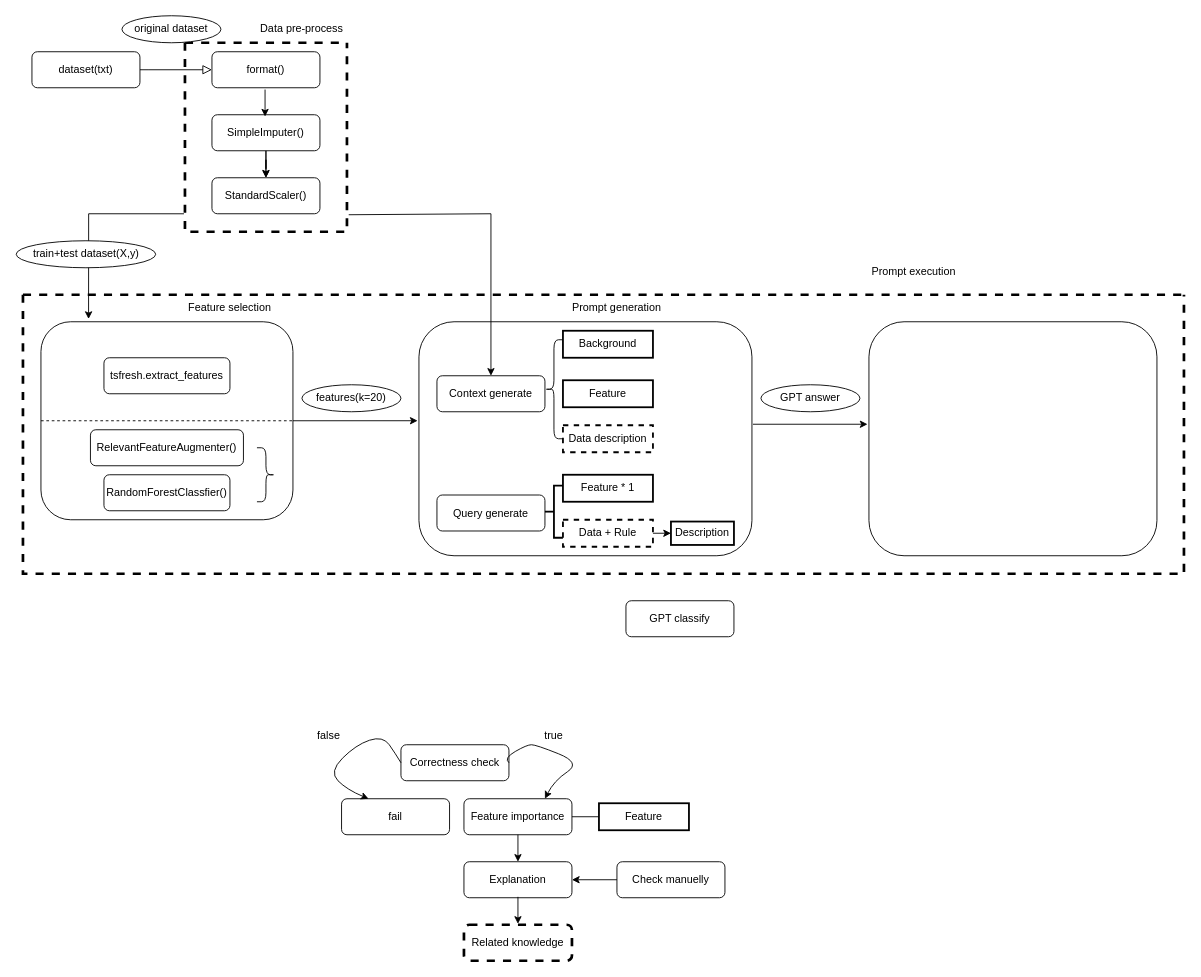
lab992/Generate_explanations_for_classification_by_ChatGPT keeps this draw.io diagram as pipeline.drawio. Above is the earlier version. Source tidied: cells renumbered, new cells numbered last; positions are measured from the earlier drawing's top-left corner, leaving out a move shared by most shapes. Both pictures are drawn from the tidied source at 90%, with x=0, y=0 at pixel (15, 15).
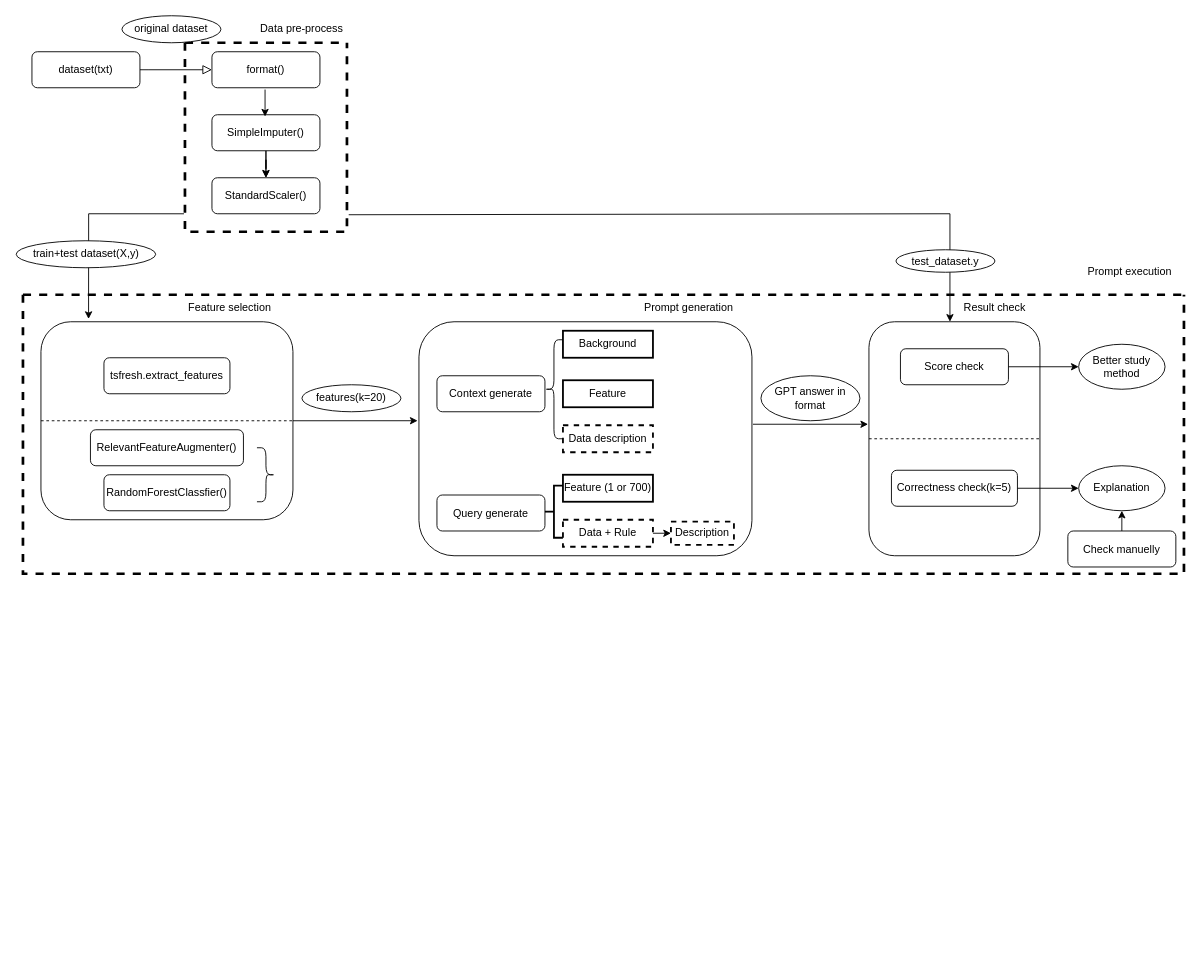
Above is the later version.

The change refers to these unchanged cells:
```xml
<mxCell id="8" style="swimlane;startSize=0;dashed=1;strokeWidth=3;" parent="1" vertex="1">
  <mxGeometry x="188" y="30" width="180" height="210" as="geometry" />
</mxCell>
<mxCell id="11" style="swimlane;startSize=0;dashed=1;strokeWidth=3;" parent="1" vertex="1">
  <mxGeometry x="8" y="310" width="1290" height="310" as="geometry" />
</mxCell>
<mxCell id="23" value="Context generate" style="rounded=1;whiteSpace=wrap;html=1;fontSize=12;glass=0;strokeWidth=1;shadow=0;" parent="11" vertex="1">
  <mxGeometry x="460" y="90" width="120" height="40" as="geometry" />
</mxCell>
```

Change to the diagram source:
```diff
@@
     <mxCell id="22" value="Prompt generation" style="text;html=1;strokeColor=none;fillColor=none;align=center;verticalAlign=middle;whiteSpace=wrap;rounded=0;" parent="11" vertex="1">
-      <mxGeometry x="600" width="120" height="30" as="geometry" />
+      <mxGeometry x="680" width="120" height="30" as="geometry" />
     </mxCell>
@@
-    <mxCell id="27" value="Feature * 1" style="whiteSpace=wrap;html=1;align=center;strokeWidth=2;" parent="11" vertex="1">
+    <mxCell id="27" value="Feature (1 or 700)" style="whiteSpace=wrap;html=1;align=center;strokeWidth=2;" parent="11" vertex="1">
       <mxGeometry x="600" y="200" width="100" height="30" as="geometry" />
     </mxCell>
@@
-    <mxCell id="32" value="Description" style="whiteSpace=wrap;html=1;align=center;strokeWidth=2;" parent="11" vertex="1">
+    <mxCell id="32" value="Description" style="whiteSpace=wrap;html=1;align=center;strokeWidth=2;dashed=1;" parent="11" vertex="1">
       <mxGeometry x="720" y="252" width="70" height="26" as="geometry" />
     </mxCell>
@@
     <mxCell id="34" style="rounded=1;whiteSpace=wrap;html=1;" parent="11" vertex="1">
-      <mxGeometry x="940" y="30" width="320" height="260" as="geometry" />
+      <mxGeometry x="940" y="30" width="190" height="260" as="geometry" />
     </mxCell>
@@
-    <mxCell id="36" value="GPT answer" style="ellipse;whiteSpace=wrap;html=1;" parent="11" vertex="1">
-      <mxGeometry x="820" y="100" width="110" height="30" as="geometry" />
+    <mxCell id="36" value="GPT answer in format" style="ellipse;whiteSpace=wrap;html=1;" parent="11" vertex="1">
+      <mxGeometry x="820" y="90" width="110" height="50" as="geometry" />
     </mxCell>
-    <mxCell id="37" value="GPT classify" style="rounded=1;whiteSpace=wrap;html=1;fontSize=12;glass=0;strokeWidth=1;shadow=0;" parent="1" vertex="1">
-      <mxGeometry x="678" y="650" width="120" height="40" as="geometry" />
+    <mxCell id="37" value="Score check" style="rounded=1;whiteSpace=wrap;html=1;fontSize=12;glass=0;strokeWidth=1;shadow=0;" parent="11" vertex="1">
+      <mxGeometry x="975" y="60" width="120" height="40" as="geometry" />
     </mxCell>
-    <mxCell id="38" value="Correctness check" style="rounded=1;whiteSpace=wrap;html=1;fontSize=12;glass=0;strokeWidth=1;shadow=0;" parent="1" vertex="1">
-      <mxGeometry x="428" y="810" width="120" height="40" as="geometry" />
-    </mxCell>
-    <mxCell id="39" value="fail" style="rounded=1;whiteSpace=wrap;html=1;fontSize=12;glass=0;strokeWidth=1;shadow=0;" parent="1" vertex="1">
-      <mxGeometry x="362" y="870" width="120" height="40" as="geometry" />
-    </mxCell>
-    <mxCell id="40" value="Feature importance" style="rounded=1;whiteSpace=wrap;html=1;fontSize=12;glass=0;strokeWidth=1;shadow=0;" parent="1" vertex="1">
-      <mxGeometry x="498" y="870" width="120" height="40" as="geometry" />
-    </mxCell>
-    <mxCell id="41" style="curved=1;endArrow=classic;html=1;rounded=0;entryX=0.25;entryY=0;entryDx=0;entryDy=0;exitX=0;exitY=0.5;exitDx=0;exitDy=0;" parent="1" edge="1" source="38" target="39">
-      <mxGeometry relative="1" as="geometry">
-        <Array as="points">
-          <mxPoint x="422" y="820" />
-          <mxPoint x="408" y="800" />
-          <mxPoint x="378" y="810" />
-          <mxPoint x="348" y="840" />
-          <mxPoint x="368" y="860" />
-        </Array>
-      </mxGeometry>
-    </mxCell>
-    <mxCell id="42" style="curved=1;endArrow=classic;html=1;rounded=0;entryX=0.75;entryY=0;entryDx=0;entryDy=0;exitX=1;exitY=0.5;exitDx=0;exitDy=0;" parent="1" edge="1" source="38" target="40">
-      <mxGeometry relative="1" as="geometry">
-        <Array as="points">
-          <mxPoint x="542" y="825" />
-          <mxPoint x="568" y="810" />
-          <mxPoint x="578" y="810" />
-          <mxPoint x="628" y="830" />
-          <mxPoint x="598" y="850" />
-        </Array>
-      </mxGeometry>
-    </mxCell>
-    <mxCell id="43" value="false" style="text;html=1;strokeColor=none;fillColor=none;align=center;verticalAlign=middle;whiteSpace=wrap;rounded=0;" parent="1" vertex="1">
-      <mxGeometry x="318" y="790" width="60" height="20" as="geometry" />
-    </mxCell>
-    <mxCell id="44" value="true" style="text;html=1;strokeColor=none;fillColor=none;align=center;verticalAlign=middle;whiteSpace=wrap;rounded=0;" parent="1" vertex="1">
-      <mxGeometry x="568" y="790" width="60" height="20" as="geometry" />
-    </mxCell>
-    <mxCell id="45" value="Feature" style="whiteSpace=wrap;html=1;align=center;strokeWidth=2;" parent="1" vertex="1">
-      <mxGeometry x="648" y="875" width="100" height="30" as="geometry" />
-    </mxCell>
-    <mxCell id="46" style="endArrow=none;html=1;rounded=0;exitX=1;exitY=0.5;exitDx=0;exitDy=0;entryX=0;entryY=0.5;entryDx=0;entryDy=0;" parent="1" edge="1" source="40" target="45">
-      <mxGeometry relative="1" as="geometry" />
-    </mxCell>
-    <mxCell id="47" value="Related knowledge" style="rounded=1;whiteSpace=wrap;html=1;fontSize=12;glass=0;strokeWidth=3;shadow=0;dashed=1;" parent="1" vertex="1">
-      <mxGeometry x="498" y="1010" width="120" height="40" as="geometry" />
-    </mxCell>
-    <mxCell id="48" style="endArrow=classic;html=1;rounded=0;exitX=0.5;exitY=1;exitDx=0;exitDy=0;" parent="1" edge="1" source="40">
-      <mxGeometry relative="1" as="geometry">
-        <mxPoint x="558" y="940" as="targetPoint" />
-      </mxGeometry>
-    </mxCell>
+    <mxCell id="59" value="Correctness check(k=5)" style="rounded=1;whiteSpace=wrap;html=1;fontSize=12;glass=0;strokeWidth=1;shadow=0;" parent="11" vertex="1">
+      <mxGeometry x="965" y="195" width="140" height="40" as="geometry" />
+    </mxCell>
+    <mxCell id="60" value="Better study method" style="ellipse;whiteSpace=wrap;html=1;" parent="11" vertex="1">
+      <mxGeometry x="1173" y="55" width="96" height="50" as="geometry" />
+    </mxCell>
+    <mxCell id="61" style="endArrow=classic;html=1;rounded=0;exitX=1;exitY=0.5;exitDx=0;exitDy=0;entryX=0;entryY=0.5;entryDx=0;entryDy=0;" parent="11" edge="1" source="37" target="60">
+      <mxGeometry relative="1" as="geometry" />
+    </mxCell>
+    <mxCell id="62" value="Result check" style="text;html=1;strokeColor=none;fillColor=none;align=center;verticalAlign=middle;whiteSpace=wrap;rounded=0;" parent="11" vertex="1">
+      <mxGeometry x="1020" width="120" height="30" as="geometry" />
+    </mxCell>
+    <mxCell id="63" style="endArrow=none;dashed=1;html=1;rounded=0;exitX=0;exitY=0.5;exitDx=0;exitDy=0;entryX=1;entryY=0.5;entryDx=0;entryDy=0;" parent="11" edge="1" source="34" target="34">
+      <mxGeometry relative="1" as="geometry" />
+    </mxCell>
-    <mxCell id="49" value="Explanation" style="rounded=1;whiteSpace=wrap;html=1;fontSize=12;glass=0;strokeWidth=1;shadow=0;" parent="1" vertex="1">
-      <mxGeometry x="498" y="940" width="120" height="40" as="geometry" />
+    <mxCell id="49" value="Explanation" style="ellipse;whiteSpace=wrap;html=1;" parent="11" vertex="1">
+      <mxGeometry x="1173" y="190" width="96" height="50" as="geometry" />
     </mxCell>
-    <mxCell id="50" style="endArrow=classic;html=1;rounded=0;exitX=0.5;exitY=1;exitDx=0;exitDy=0;" parent="1" edge="1">
-      <mxGeometry relative="1" as="geometry">
-        <mxPoint x="558" y="979" as="sourcePoint" />
-        <mxPoint x="558" y="1009" as="targetPoint" />
-      </mxGeometry>
-    </mxCell>
+    <mxCell id="64" style="endArrow=classic;html=1;rounded=0;exitX=1;exitY=0.5;exitDx=0;exitDy=0;" parent="11" edge="1" source="59" target="49">
+      <mxGeometry relative="1" as="geometry" />
+    </mxCell>
-    <mxCell id="51" value="Check manuelly" style="rounded=1;whiteSpace=wrap;html=1;fontSize=12;glass=0;strokeWidth=1;shadow=0;" parent="1" vertex="1">
-      <mxGeometry x="668" y="940" width="120" height="40" as="geometry" />
+    <mxCell id="51" value="Check manuelly" style="rounded=1;whiteSpace=wrap;html=1;fontSize=12;glass=0;strokeWidth=1;shadow=0;" parent="11" vertex="1">
+      <mxGeometry x="1161" y="262.5" width="120" height="40" as="geometry" />
     </mxCell>
-    <mxCell id="52" style="endArrow=classic;html=1;rounded=0;entryX=1;entryY=0.5;entryDx=0;entryDy=0;exitX=0;exitY=0.5;exitDx=0;exitDy=0;" parent="1" edge="1" source="51" target="49">
+    <mxCell id="52" style="endArrow=classic;html=1;rounded=0;entryX=0.5;entryY=1;entryDx=0;entryDy=0;exitX=0.5;exitY=0;exitDx=0;exitDy=0;" parent="11" edge="1" source="51" target="49">
       <mxGeometry relative="1" as="geometry" />
     </mxCell>
@@
     <mxCell id="55" value="Prompt execution" style="text;html=1;strokeColor=none;fillColor=none;align=center;verticalAlign=middle;whiteSpace=wrap;rounded=0;" parent="1" vertex="1">
-      <mxGeometry x="938" y="270" width="120" height="30" as="geometry" />
+      <mxGeometry x="1178" y="270" width="120" height="30" as="geometry" />
     </mxCell>
@@
-    <mxCell id="58" style="endArrow=classic;html=1;rounded=0;exitX=1.011;exitY=0.91;exitDx=0;exitDy=0;exitPerimeter=0;entryX=0.5;entryY=0;entryDx=0;entryDy=0;" parent="1" edge="1" source="8" target="23">
+    <mxCell id="58" style="endArrow=classic;html=1;rounded=0;exitX=1.011;exitY=0.91;exitDx=0;exitDy=0;exitPerimeter=0;" parent="1" edge="1" source="8">
       <mxGeometry relative="1" as="geometry">
+        <mxPoint x="1038" y="340" as="targetPoint" />
         <Array as="points">
-          <mxPoint x="528" y="220" />
+          <mxPoint x="1038" y="220" />
         </Array>
       </mxGeometry>
     </mxCell>
+    <mxCell id="65" value="test_dataset.y" style="ellipse;whiteSpace=wrap;html=1;" parent="1" vertex="1">
+      <mxGeometry x="978" y="260" width="110" height="25" as="geometry" />
+    </mxCell>
```
